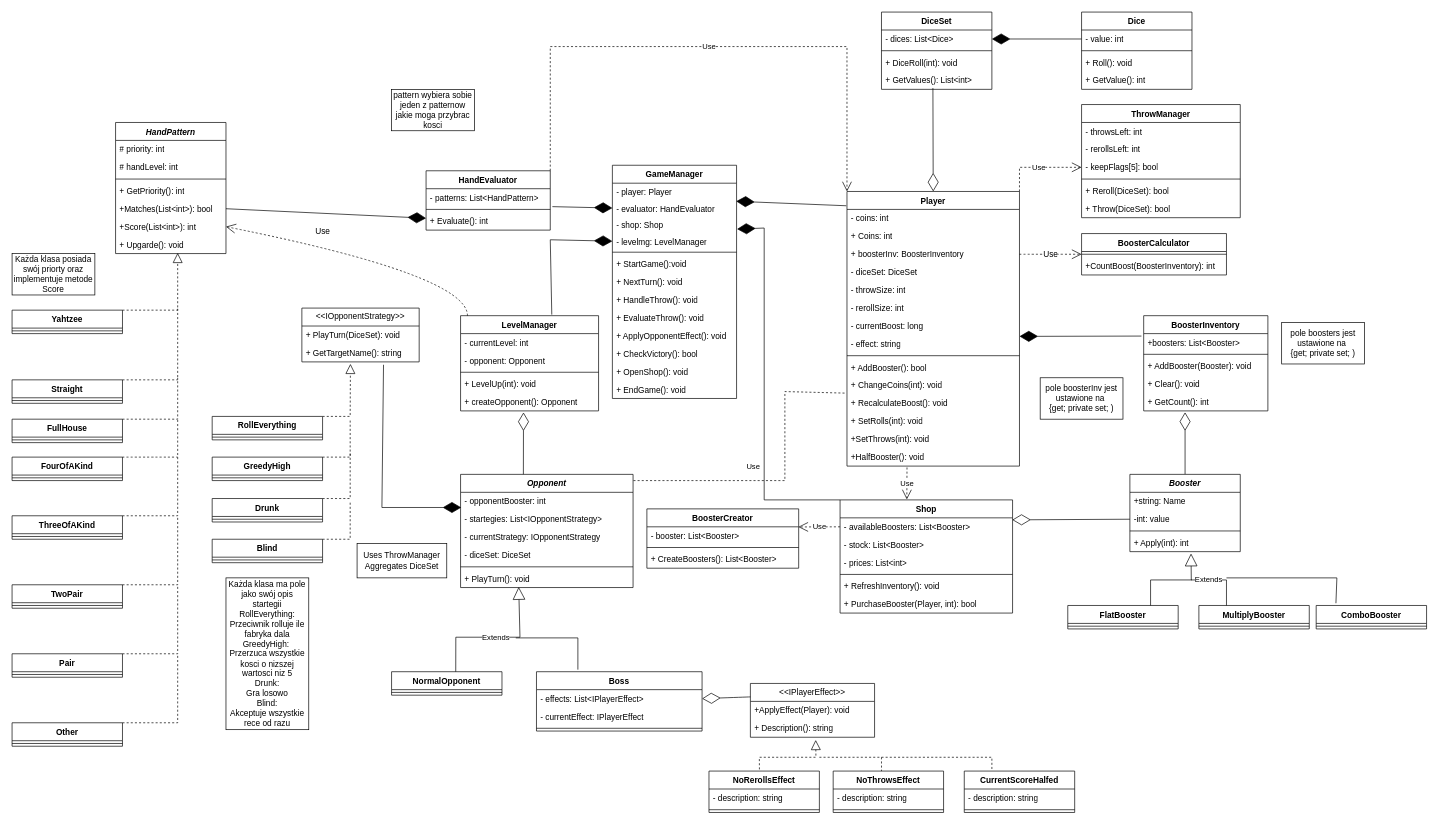
kcprlal/DiceGame keeps this draw.io diagram as DiceGame.drawio. Above is the earlier version. Source tidied: cells renumbered, new cells numbered last; positions are measured from the earlier drawing's top-left corner, leaving out a move shared by most shapes. Both pictures are drawn from the tidied source at 69%, with x=0, y=0 at pixel (12, 12).
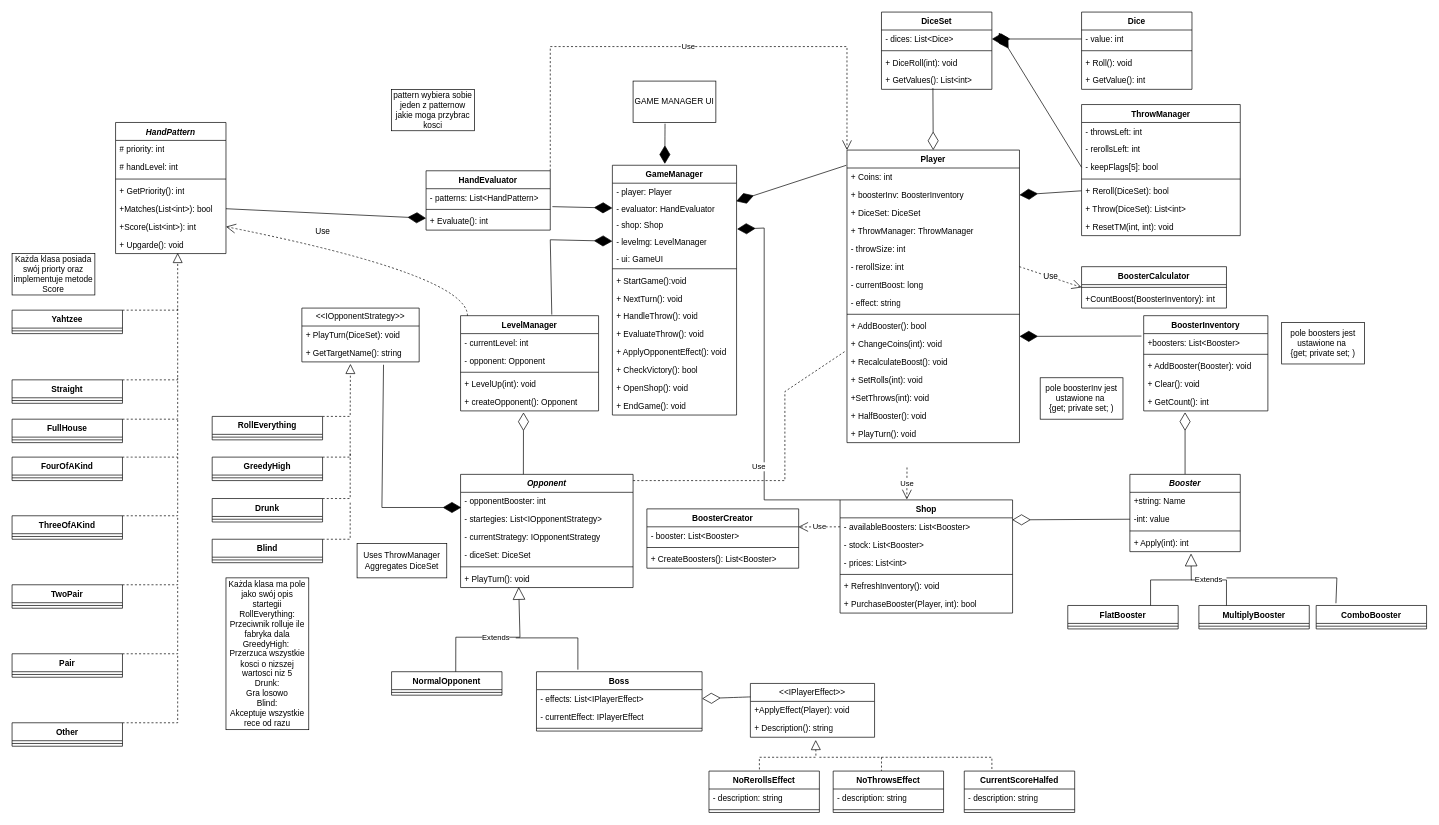
After the change.

The change refers to these unchanged cells:
```xml
<mxCell id="22" value="- rerollSize: int" style="text;strokeColor=none;fillColor=none;align=left;verticalAlign=top;spacingLeft=4;spacingRight=4;overflow=hidden;points=[[0,0.5],[1,0.5]];portConstraint=eastwest;whiteSpace=wrap;html=1;" parent="16" vertex="1">
  <mxGeometry y="156" width="250" height="26" as="geometry" />
</mxCell>
<mxCell id="126" value="- keepFlags[5]: bool" style="text;strokeColor=none;fillColor=none;align=left;verticalAlign=top;spacingLeft=4;spacingRight=4;overflow=hidden;points=[[0,0.5],[1,0.5]];portConstraint=eastwest;whiteSpace=wrap;html=1;" parent="123" vertex="1">
  <mxGeometry y="78" width="230" height="26" as="geometry" />
</mxCell>
<mxCell id="128" value="+ Reroll(DiceSet): bool" style="text;strokeColor=none;fillColor=none;align=left;verticalAlign=top;spacingLeft=4;spacingRight=4;overflow=hidden;points=[[0,0.5],[1,0.5]];portConstraint=eastwest;whiteSpace=wrap;html=1;" parent="123" vertex="1">
  <mxGeometry y="112" width="230" height="26" as="geometry" />
</mxCell>
```

Change to the diagram source:
```diff
@@
     <mxCell id="2" value="GameManager" style="swimlane;fontStyle=1;align=center;verticalAlign=top;horizontal=1;startSize=26;whiteSpace=wrap;html=1;" parent="1" vertex="1">
-      <mxGeometry x="870" y="222" width="180" height="338" as="geometry" />
+      <mxGeometry x="870" y="222" width="180" height="362" as="geometry" />
     </mxCell>
@@
+    <mxCell id="196" value="- ui: GameUI" style="text;strokeColor=none;fillColor=none;align=left;verticalAlign=top;spacingLeft=4;spacingRight=4;overflow=hidden;whiteSpace=wrap;html=1;" parent="2" vertex="1">
+      <mxGeometry y="122" width="180" height="24" as="geometry" />
+    </mxCell>
     <mxCell id="7" style="line;strokeWidth=1;fillColor=none;align=left;verticalAlign=middle;spacingTop=-1;spacingLeft=3;spacingRight=3;labelPosition=right;strokeColor=inherit;" parent="2" vertex="1">
-      <mxGeometry y="122" width="180" height="8" as="geometry" />
+      <mxGeometry y="146" width="180" height="8" as="geometry" />
     </mxCell>
     <mxCell id="8" value="+ StartGame():void" style="text;strokeColor=none;fillColor=none;align=left;verticalAlign=top;spacingLeft=4;spacingRight=4;overflow=hidden;whiteSpace=wrap;html=1;" parent="2" vertex="1">
-      <mxGeometry y="130" width="180" height="26" as="geometry" />
+      <mxGeometry y="154" width="180" height="26" as="geometry" />
     </mxCell>
     <mxCell id="9" value="+ NextTurn(): void" style="text;strokeColor=none;fillColor=none;align=left;verticalAlign=top;spacingLeft=4;spacingRight=4;overflow=hidden;whiteSpace=wrap;html=1;" parent="2" vertex="1">
-      <mxGeometry y="156" width="180" height="26" as="geometry" />
+      <mxGeometry y="180" width="180" height="26" as="geometry" />
     </mxCell>
     <mxCell id="10" value="+ HandleThrow(): void" style="text;strokeColor=none;fillColor=none;align=left;verticalAlign=top;spacingLeft=4;spacingRight=4;overflow=hidden;whiteSpace=wrap;html=1;" parent="2" vertex="1">
-      <mxGeometry y="182" width="180" height="26" as="geometry" />
+      <mxGeometry y="206" width="180" height="26" as="geometry" />
     </mxCell>
     <mxCell id="11" value="+ EvaluateThrow(): void" style="text;strokeColor=none;fillColor=none;align=left;verticalAlign=top;spacingLeft=4;spacingRight=4;overflow=hidden;whiteSpace=wrap;html=1;" parent="2" vertex="1">
-      <mxGeometry y="208" width="180" height="26" as="geometry" />
+      <mxGeometry y="232" width="180" height="26" as="geometry" />
     </mxCell>
     <mxCell id="12" value="+ ApplyOpponentEffect(): void" style="text;strokeColor=none;fillColor=none;align=left;verticalAlign=top;spacingLeft=4;spacingRight=4;overflow=hidden;whiteSpace=wrap;html=1;" parent="2" vertex="1">
-      <mxGeometry y="234" width="180" height="26" as="geometry" />
+      <mxGeometry y="258" width="180" height="26" as="geometry" />
     </mxCell>
     <mxCell id="13" value="+ CheckVictory(): bool" style="text;strokeColor=none;fillColor=none;align=left;verticalAlign=top;spacingLeft=4;spacingRight=4;overflow=hidden;whiteSpace=wrap;html=1;" parent="2" vertex="1">
-      <mxGeometry y="260" width="180" height="26" as="geometry" />
+      <mxGeometry y="284" width="180" height="26" as="geometry" />
     </mxCell>
     <mxCell id="14" value="+ OpenShop(): void" style="text;strokeColor=none;fillColor=none;align=left;verticalAlign=top;spacingLeft=4;spacingRight=4;overflow=hidden;whiteSpace=wrap;html=1;" parent="2" vertex="1">
-      <mxGeometry y="286" width="180" height="26" as="geometry" />
+      <mxGeometry y="310" width="180" height="26" as="geometry" />
     </mxCell>
     <mxCell id="15" value="+ EndGame(): void" style="text;strokeColor=none;fillColor=none;align=left;verticalAlign=top;spacingLeft=4;spacingRight=4;overflow=hidden;whiteSpace=wrap;html=1;" parent="2" vertex="1">
-      <mxGeometry y="312" width="180" height="26" as="geometry" />
+      <mxGeometry y="336" width="180" height="26" as="geometry" />
     </mxCell>
     <mxCell id="16" value="Player" style="swimlane;fontStyle=1;align=center;verticalAlign=top;horizontal=1;startSize=26;whiteSpace=wrap;html=1;" parent="1" vertex="1">
-      <mxGeometry x="1210" y="260" width="250" height="398" as="geometry" />
+      <mxGeometry x="1210" y="200" width="250" height="424" as="geometry" />
     </mxCell>
-    <mxCell id="17" value="- coins: int" style="text;strokeColor=none;fillColor=none;align=left;verticalAlign=top;spacingLeft=4;spacingRight=4;overflow=hidden;whiteSpace=wrap;html=1;" parent="16" vertex="1">
-      <mxGeometry y="26" width="250" height="26" as="geometry" />
-    </mxCell>
     <mxCell id="18" value="+ Coins: int" style="text;strokeColor=none;fillColor=none;align=left;verticalAlign=top;spacingLeft=4;spacingRight=4;overflow=hidden;whiteSpace=wrap;html=1;" parent="16" vertex="1">
-      <mxGeometry y="52" width="250" height="26" as="geometry" />
+      <mxGeometry y="26" width="250" height="26" as="geometry" />
     </mxCell>
     <mxCell id="19" value="+ boosterInv: BoosterInventory" style="text;strokeColor=none;fillColor=none;align=left;verticalAlign=top;spacingLeft=4;spacingRight=4;overflow=hidden;points=[[0,0.5],[1,0.5]];portConstraint=eastwest;whiteSpace=wrap;html=1;" parent="16" vertex="1">
-      <mxGeometry y="78" width="250" height="26" as="geometry" />
+      <mxGeometry y="52" width="250" height="26" as="geometry" />
     </mxCell>
-    <mxCell id="20" value="- diceSet: DiceSet" style="text;strokeColor=none;fillColor=none;align=left;verticalAlign=top;spacingLeft=4;spacingRight=4;overflow=hidden;whiteSpace=wrap;html=1;" parent="16" vertex="1">
-      <mxGeometry y="104" width="250" height="26" as="geometry" />
+    <mxCell id="20" value="+ DiceSet: DiceSet" style="text;strokeColor=none;fillColor=none;align=left;verticalAlign=top;spacingLeft=4;spacingRight=4;overflow=hidden;whiteSpace=wrap;html=1;" parent="16" vertex="1">
+      <mxGeometry y="78" width="250" height="26" as="geometry" />
     </mxCell>
+    <mxCell id="197" value="+ ThrowManager: ThrowManager" style="text;strokeColor=none;fillColor=none;align=left;verticalAlign=top;spacingLeft=4;spacingRight=4;overflow=hidden;whiteSpace=wrap;html=1;" parent="16" vertex="1">
+      <mxGeometry y="104" width="250" height="26" as="geometry" />
+    </mxCell>
@@
-    <mxCell id="31" value="+HalfBooster(): void" style="text;strokeColor=none;fillColor=none;align=left;verticalAlign=top;spacingLeft=4;spacingRight=4;overflow=hidden;whiteSpace=wrap;html=1;" parent="16" vertex="1">
+    <mxCell id="31" value="+ HalfBooster(): void" style="text;strokeColor=none;fillColor=none;align=left;verticalAlign=top;spacingLeft=4;spacingRight=4;overflow=hidden;whiteSpace=wrap;html=1;" parent="16" vertex="1">
       <mxGeometry y="372" width="250" height="26" as="geometry" />
     </mxCell>
+    <mxCell id="198" value="+ PlayTurn(): void" style="text;strokeColor=none;fillColor=none;align=left;verticalAlign=top;spacingLeft=4;spacingRight=4;overflow=hidden;whiteSpace=wrap;html=1;" parent="16" vertex="1">
+      <mxGeometry y="398" width="250" height="26" as="geometry" />
+    </mxCell>
@@
     <mxCell id="123" value="ThrowManager" style="swimlane;fontStyle=1;align=center;verticalAlign=top;horizontal=1;startSize=26;whiteSpace=wrap;html=1;" parent="1" vertex="1">
-      <mxGeometry x="1550" y="134" width="230" height="164" as="geometry" />
+      <mxGeometry x="1550" y="134" width="230" height="190" as="geometry" />
     </mxCell>
@@
-    <mxCell id="129" value="+ Throw(DiceSet): bool" style="text;strokeColor=none;fillColor=none;align=left;verticalAlign=top;spacingLeft=4;spacingRight=4;overflow=hidden;whiteSpace=wrap;html=1;" parent="123" vertex="1">
+    <mxCell id="129" value="+ Throw(DiceSet): List&amp;lt;int&amp;gt;" style="text;strokeColor=none;fillColor=none;align=left;verticalAlign=top;spacingLeft=4;spacingRight=4;overflow=hidden;whiteSpace=wrap;html=1;" parent="123" vertex="1">
       <mxGeometry y="138" width="230" height="26" as="geometry" />
     </mxCell>
+    <mxCell id="199" value="+ ResetTM(int, int): void" style="text;strokeColor=none;fillColor=none;align=left;verticalAlign=top;spacingLeft=4;spacingRight=4;overflow=hidden;whiteSpace=wrap;html=1;" parent="123" vertex="1">
+      <mxGeometry y="164" width="230" height="26" as="geometry" />
+    </mxCell>
@@
     <mxCell id="142" value="BoosterCalculator" style="swimlane;fontStyle=1;align=center;verticalAlign=top;horizontal=1;startSize=26;whiteSpace=wrap;html=1;" parent="1" vertex="1">
-      <mxGeometry x="1550" y="321" width="210" height="60" as="geometry" />
+      <mxGeometry x="1550" y="369" width="210" height="60" as="geometry" />
     </mxCell>
@@
-    <mxCell id="145" value="Use" style="endArrow=open;endSize=12;dashed=1;html=1;rounded=0;exitX=1;exitY=0;exitDx=0;exitDy=0;entryX=0;entryY=0.5;entryDx=0;entryDy=0;" parent="1" edge="1" source="16" target="126">
-      <mxGeometry relative="1" as="geometry">
-        <Array as="points">
-          <mxPoint x="1460" y="225" />
-        </Array>
-      </mxGeometry>
-    </mxCell>
@@
-    <mxCell id="149" value="Use" style="endArrow=open;endSize=12;dashed=1;html=1;rounded=0;fontSize=12;curved=1;exitX=1;exitY=0.5;exitDx=0;exitDy=0;entryX=0;entryY=0.5;entryDx=0;entryDy=0;" parent="1" edge="1" source="19" target="142">
+    <mxCell id="149" value="Use" style="endArrow=open;endSize=12;dashed=1;html=1;rounded=0;fontSize=12;curved=1;exitX=1;exitY=0.5;exitDx=0;exitDy=0;entryX=0;entryY=0.5;entryDx=0;entryDy=0;" parent="1" edge="1" source="22" target="142">
       <mxGeometry relative="1" as="geometry" />
     </mxCell>
@@
+    <mxCell id="200" style="endArrow=diamondThin;endFill=1;endSize=24;html=1;rounded=0;exitX=0;exitY=0.5;exitDx=0;exitDy=0;entryX=1.014;entryY=-0.008;entryDx=0;entryDy=0;entryPerimeter=0;" parent="1" edge="1" source="126">
+      <mxGeometry relative="1" as="geometry">
+        <mxPoint x="1430" y="30" as="targetPoint" />
+      </mxGeometry>
+    </mxCell>
+    <mxCell id="201" style="endArrow=diamondThin;endFill=1;endSize=24;html=1;rounded=0;exitX=0;exitY=0.5;exitDx=0;exitDy=0;entryX=1;entryY=0.5;entryDx=0;entryDy=0;" parent="1" edge="1" source="128" target="19">
+      <mxGeometry relative="1" as="geometry" />
+    </mxCell>
+    <mxCell id="202" value="GAME MANAGER UI" style="rounded=0;whiteSpace=wrap;html=1;" parent="1" vertex="1">
+      <mxGeometry x="900" y="100" width="120" height="60" as="geometry" />
+    </mxCell>
+    <mxCell id="203" style="endArrow=diamondThin;endFill=1;endSize=24;html=1;rounded=0;fontSize=12;curved=1;exitX=0.386;exitY=1.03;exitDx=0;exitDy=0;exitPerimeter=0;" parent="1" edge="1" source="202">
+      <mxGeometry relative="1" as="geometry">
+        <mxPoint x="946" y="220" as="targetPoint" />
+      </mxGeometry>
+    </mxCell>
```
